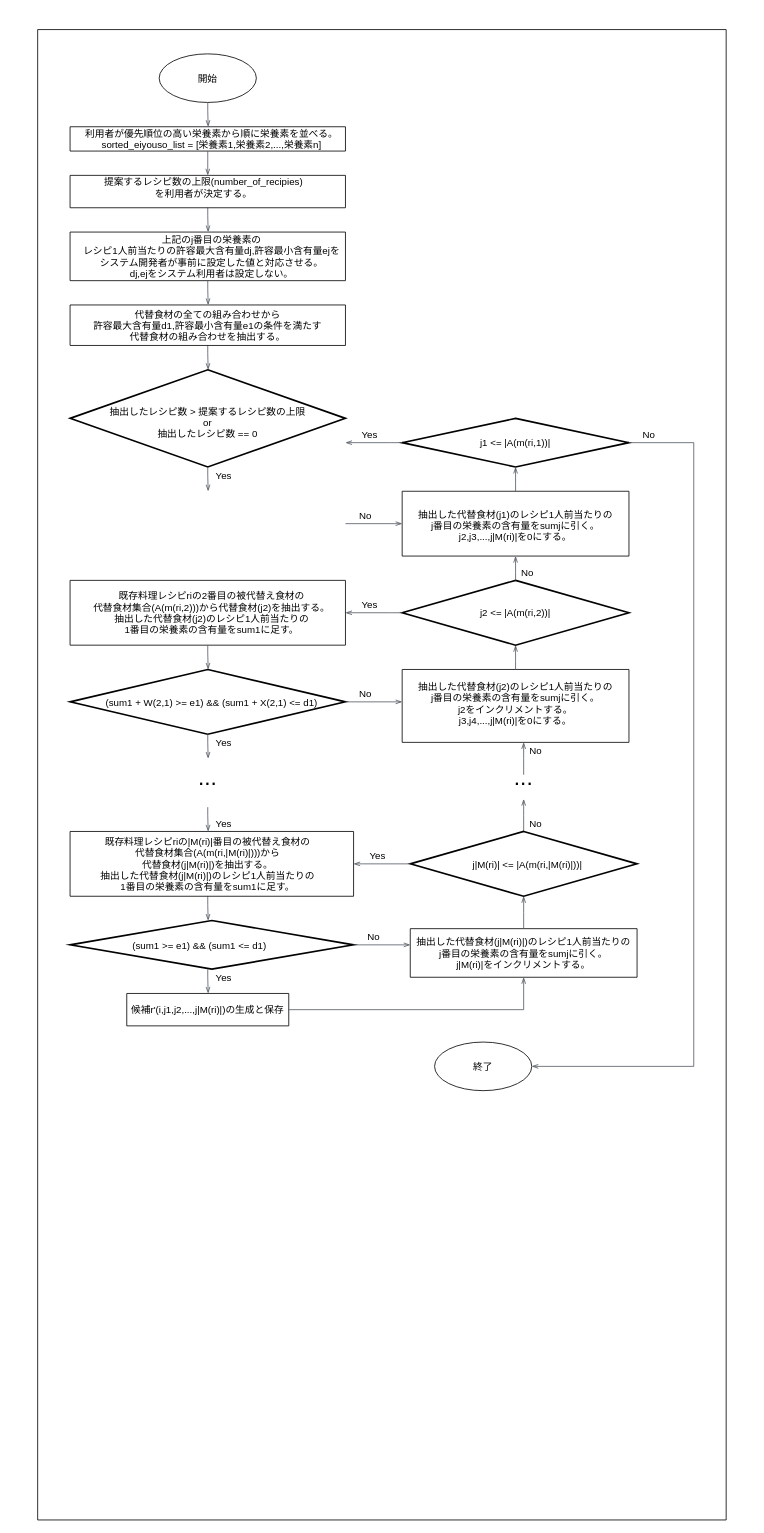
This is 変更後のフロー図.drawio from jokertennis/github-flow-practice, a draw.io file, before an edit. Source tidied: cells renumbered, new cells numbered last; positions are measured from the earlier drawing's top-left corner, leaving out a move shared by most shapes. Both pictures are drawn from the tidied source at 81%, with x=0, y=0 at pixel (37, 29).
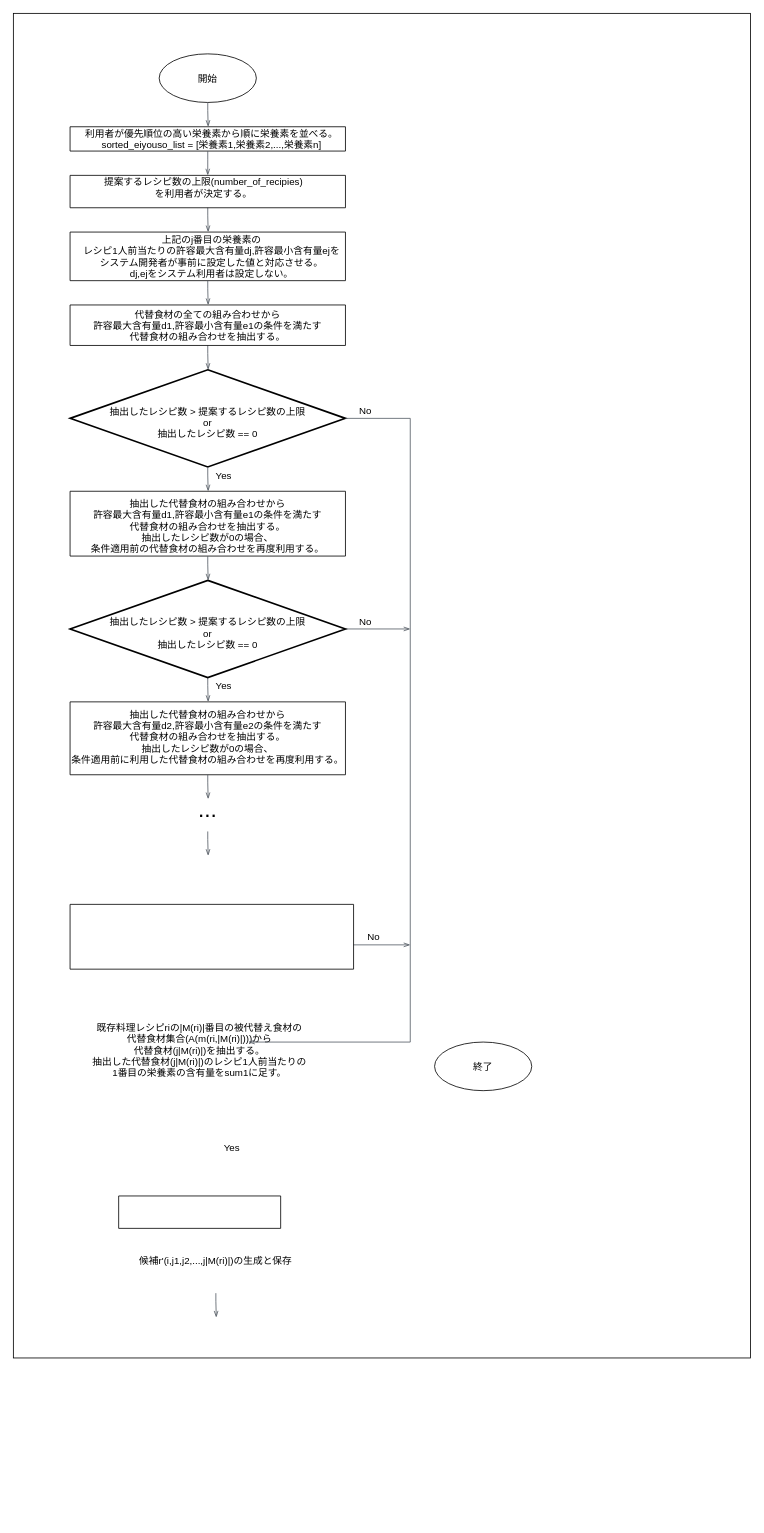
The same diagram, later.

Commit message (it also covers changes not shown here):
Update 変更後のフロー図.drawio

Change to the diagram source:
```diff
@@
-    <mxCell id="2" style="verticalLabelPosition=bottom;verticalAlign=top;html=1;shape=mxgraph.basic.rect;fillColor2=none;strokeWidth=1;size=20;indent=5;" parent="1" vertex="1">
-      <mxGeometry width="850" height="1840" as="geometry" />
-    </mxCell>
+    <mxCell id="80" style="rounded=0;whiteSpace=wrap;html=1;" parent="1" vertex="1">
+      <mxGeometry x="-30" y="-20" width="910" height="1660" as="geometry" />
+    </mxCell>
@@
     <mxCell id="13" style="verticalLabelPosition=bottom;verticalAlign=top;html=1;shape=mxgraph.basic.rect;fillColor2=none;strokeWidth=1;size=20;indent=5;rounded=0;labelBackgroundColor=#ffffff;sketch=0;fillColor=none;labelBorderColor=none;" parent="1" vertex="1">
-      <mxGeometry x="40" y="680" width="340" height="80" as="geometry" />
+      <mxGeometry x="40" y="570" width="340" height="80" as="geometry" />
     </mxCell>
-    <mxCell id="14" value="既存料理レシピriの2番目の被代替え食材の&#10;代替食材集合(A(m(ri,2)))から代替食材(j2)を抽出する。&#10;抽出した代替食材(j2)のレシピ1人前当たりの&#10;1番目の栄養素の含有量をsum1に足す。" style="text;align=center;verticalAlign=middle;" parent="1" vertex="1">
-      <mxGeometry x="60" y="690" width="310" height="60" as="geometry" />
+    <mxCell id="14" value="抽出した代替食材の組み合わせから&#10;許容最大含有量d1,許容最小含有量e1の条件を満たす&#10;代替食材の組み合わせを抽出する。&#10;抽出したレシピ数が0の場合、&#10;条件適用前の代替食材の組み合わせを再度利用する。&#10;" style="text;align=center;verticalAlign=middle;" parent="1" vertex="1">
+      <mxGeometry x="60" y="580" width="300" height="80" as="geometry" />
     </mxCell>
     <mxCell id="15" style="edgeStyle=orthogonalEdgeStyle;html=1;endArrow=openThin;elbow=vertical;startArrow=none;endFill=0;strokeColor=#545B64;rounded=0;" parent="1" edge="1">
       <mxGeometry relative="1" as="geometry">
-        <mxPoint x="210" y="760" as="sourcePoint" />
-        <mxPoint x="210.5" y="790" as="targetPoint" />
+        <mxPoint x="210" y="650" as="sourcePoint" />
+        <mxPoint x="210.5" y="680" as="targetPoint" />
         <Array as="points">
-          <mxPoint x="210" y="770" />
-          <mxPoint x="210" y="770" />
+          <mxPoint x="210" y="660" />
+          <mxPoint x="210" y="660" />
         </Array>
       </mxGeometry>
     </mxCell>
-    <mxCell id="16" value="(sum1 + W(2,1) &gt;= e1) &amp;&amp; (sum1 + X(2,1) &lt;= d1)" style="text;align=center;verticalAlign=middle;" parent="1" vertex="1">
-      <mxGeometry x="75" y="820" width="280" height="20" as="geometry" />
-    </mxCell>
-    <mxCell id="17" style="strokeWidth=2;html=1;shape=mxgraph.flowchart.decision;whiteSpace=wrap;rounded=0;labelBackgroundColor=#ffffff;sketch=0;fillColor=none;" parent="1" vertex="1">
-      <mxGeometry x="40" y="790" width="340" height="80" as="geometry" />
-    </mxCell>
-    <mxCell id="18" style="edgeStyle=orthogonalEdgeStyle;html=1;endArrow=openThin;elbow=vertical;startArrow=none;endFill=0;strokeColor=#545B64;rounded=0;" parent="1" edge="1">
-      <mxGeometry relative="1" as="geometry">
-        <mxPoint x="210" y="870" as="sourcePoint" />
-        <mxPoint x="210.5" y="900" as="targetPoint" />
-        <Array as="points">
-          <mxPoint x="210" y="880" />
-          <mxPoint x="210" y="880" />
-        </Array>
-      </mxGeometry>
-    </mxCell>
     <mxCell id="19" value="..." style="text;align=center;verticalAlign=middle;fontSize=28;" parent="1" vertex="1">
-      <mxGeometry x="190" y="900" width="40" height="40" as="geometry" />
+      <mxGeometry x="190" y="940" width="40" height="40" as="geometry" />
     </mxCell>
     <mxCell id="20" style="edgeStyle=orthogonalEdgeStyle;html=1;endArrow=openThin;elbow=vertical;startArrow=none;endFill=0;strokeColor=#545B64;rounded=0;" parent="1" edge="1">
       <mxGeometry relative="1" as="geometry">
-        <mxPoint x="210" y="960" as="sourcePoint" />
-        <mxPoint x="210.5" y="990" as="targetPoint" />
+        <mxPoint x="210" y="800" as="sourcePoint" />
+        <mxPoint x="210.5" y="830" as="targetPoint" />
         <Array as="points">
-          <mxPoint x="210" y="970" />
-          <mxPoint x="210" y="970" />
+          <mxPoint x="210" y="810" />
+          <mxPoint x="210" y="810" />
         </Array>
       </mxGeometry>
     </mxCell>
     <mxCell id="21" value="既存料理レシピriの|M(ri)|番目の被代替え食材の&#10;代替食材集合(A(m(ri,|M(ri)|)))から&#10;代替食材(j|M(ri)|)を抽出する。&#10;抽出した代替食材(j|M(ri)|)のレシピ1人前当たりの&#10;1番目の栄養素の含有量をsum1に足す。" style="text;align=center;verticalAlign=middle;" parent="1" vertex="1">
-      <mxGeometry x="70" y="990" width="280" height="80" as="geometry" />
+      <mxGeometry x="60" y="1220" width="280" height="80" as="geometry" />
     </mxCell>
-    <mxCell id="22" style="verticalLabelPosition=bottom;verticalAlign=top;html=1;shape=mxgraph.basic.rect;fillColor2=none;strokeWidth=1;size=20;indent=5;rounded=0;labelBackgroundColor=#ffffff;sketch=0;fillColor=none;labelBorderColor=none;" parent="1" vertex="1">
-      <mxGeometry x="460" y="1110" width="280" height="60" as="geometry" />
-    </mxCell>
     <mxCell id="23" style="edgeStyle=orthogonalEdgeStyle;html=1;endArrow=openThin;elbow=vertical;startArrow=none;endFill=0;strokeColor=#545B64;rounded=0;" parent="1" edge="1">
       <mxGeometry relative="1" as="geometry">
-        <mxPoint x="210" y="1070" as="sourcePoint" />
-        <mxPoint x="210.5" y="1100" as="targetPoint" />
+        <mxPoint x="210" y="990" as="sourcePoint" />
+        <mxPoint x="210.5" y="1020" as="targetPoint" />
         <Array as="points">
-          <mxPoint x="210" y="1080" />
-          <mxPoint x="210" y="1080" />
+          <mxPoint x="210" y="1000" />
+          <mxPoint x="210" y="1000" />
         </Array>
       </mxGeometry>
     </mxCell>
-    <mxCell id="24" style="strokeWidth=2;html=1;shape=mxgraph.flowchart.decision;whiteSpace=wrap;rounded=0;labelBackgroundColor=#ffffff;sketch=0;fillColor=none;" parent="1" vertex="1">
-      <mxGeometry x="40" y="1100" width="350" height="60" as="geometry" />
-    </mxCell>
-    <mxCell id="25" value="(sum1 &gt;= e1) &amp;&amp; (sum1 &lt;= d1)" style="text;align=center;verticalAlign=middle;" parent="1" vertex="1">
-      <mxGeometry x="110" y="1120" width="180" height="20" as="geometry" />
-    </mxCell>
     <mxCell id="26" value="候補r'(i,j1,j2,...,j|M(ri)|)の生成と保存" style="text;align=center;verticalAlign=middle;fontSize=12;" parent="1" vertex="1">
-      <mxGeometry x="110" y="1200" width="200" height="20" as="geometry" />
+      <mxGeometry x="120" y="1510" width="200" height="20" as="geometry" />
     </mxCell>
     <mxCell id="27" style="verticalLabelPosition=bottom;verticalAlign=top;html=1;shape=mxgraph.basic.rect;fillColor2=none;strokeWidth=1;size=20;indent=5;rounded=0;labelBackgroundColor=#ffffff;sketch=0;fillColor=none;labelBorderColor=none;" parent="1" vertex="1">
-      <mxGeometry x="110" y="1190" width="200" height="40" as="geometry" />
+      <mxGeometry x="100" y="1440" width="200" height="40" as="geometry" />
     </mxCell>
     <mxCell id="28" style="edgeStyle=orthogonalEdgeStyle;html=1;endArrow=openThin;elbow=vertical;startArrow=none;endFill=0;strokeColor=#545B64;rounded=0;" parent="1" edge="1">
       <mxGeometry relative="1" as="geometry">
-        <mxPoint x="210" y="1160" as="sourcePoint" />
-        <mxPoint x="210.5" y="1190" as="targetPoint" />
+        <mxPoint x="220" y="1560" as="sourcePoint" />
+        <mxPoint x="220.5" y="1590" as="targetPoint" />
         <Array as="points">
-          <mxPoint x="210" y="1170" />
-          <mxPoint x="210" y="1170" />
+          <mxPoint x="220" y="1570" />
+          <mxPoint x="220" y="1570" />
         </Array>
       </mxGeometry>
     </mxCell>
@@
-    <mxCell id="30" value="&#10;抽出した代替食材(j|M(ri)|)のレシピ1人前当たりの&#10;j番目の栄養素の含有量をsumjに引く。&#10;j|M(ri)|をインクリメントする。&#10;" style="text;align=center;verticalAlign=middle;" parent="1" vertex="1">
-      <mxGeometry x="460" y="1110" width="280" height="60" as="geometry" />
-    </mxCell>
-    <mxCell id="31" style="edgeStyle=orthogonalEdgeStyle;html=1;endArrow=openThin;elbow=vertical;startArrow=none;endFill=0;strokeColor=#545B64;rounded=0;" parent="1" edge="1">
-      <mxGeometry relative="1" as="geometry">
-        <mxPoint x="310" y="1210" as="sourcePoint" />
-        <mxPoint x="600" y="1170" as="targetPoint" />
-        <Array as="points">
-          <mxPoint x="600" y="1210" />
-          <mxPoint x="600" y="1170" />
-        </Array>
-      </mxGeometry>
-    </mxCell>
     <mxCell id="32" style="verticalLabelPosition=bottom;verticalAlign=top;html=1;shape=mxgraph.basic.rect;fillColor2=none;strokeWidth=1;size=20;indent=5;rounded=0;labelBackgroundColor=#ffffff;sketch=0;fillColor=none;labelBorderColor=none;" parent="1" vertex="1">
-      <mxGeometry x="40" y="990" width="350" height="80" as="geometry" />
+      <mxGeometry x="40" y="1080" width="350" height="80" as="geometry" />
     </mxCell>
-    <mxCell id="33" style="edgeStyle=orthogonalEdgeStyle;html=1;endArrow=openThin;elbow=vertical;startArrow=none;endFill=0;strokeColor=#545B64;rounded=0;" parent="1" edge="1">
-      <mxGeometry relative="1" as="geometry">
-        <mxPoint x="380" y="830" as="sourcePoint" />
-        <mxPoint x="450" y="830" as="targetPoint" />
-        <Array as="points">
-          <mxPoint x="380" y="830" />
-          <mxPoint x="380" y="830" />
-        </Array>
-      </mxGeometry>
-    </mxCell>
-    <mxCell id="34" style="verticalLabelPosition=bottom;verticalAlign=top;html=1;shape=mxgraph.basic.rect;fillColor2=none;strokeWidth=1;size=20;indent=5;rounded=0;labelBackgroundColor=#ffffff;sketch=0;fillColor=none;labelBorderColor=none;" parent="1" vertex="1">
-      <mxGeometry x="450" y="790" width="280" height="90" as="geometry" />
-    </mxCell>
-    <mxCell id="35" value="&#10;抽出した代替食材(j2)のレシピ1人前当たりの&#10;j番目の栄養素の含有量をsumjに引く。&#10;j2をインクリメントする。&#10;j3,j4,...,j|M(ri)|を0にする。" style="text;align=center;verticalAlign=middle;" parent="1" vertex="1">
-      <mxGeometry x="460" y="785" width="260" height="80" as="geometry" />
-    </mxCell>
-    <mxCell id="36" style="edgeStyle=orthogonalEdgeStyle;html=1;endArrow=openThin;elbow=vertical;startArrow=none;endFill=0;strokeColor=#545B64;rounded=0;" parent="1" edge="1">
-      <mxGeometry relative="1" as="geometry">
-        <mxPoint x="590" y="790" as="sourcePoint" />
-        <mxPoint x="590" y="760" as="targetPoint" />
-        <Array as="points">
-          <mxPoint x="590" y="780" />
-        </Array>
-      </mxGeometry>
-    </mxCell>
     <mxCell id="37" style="edgeStyle=orthogonalEdgeStyle;html=1;endArrow=openThin;elbow=vertical;startArrow=none;endFill=0;strokeColor=#545B64;rounded=0;" parent="1" edge="1">
       <mxGeometry relative="1" as="geometry">
-        <mxPoint x="380" y="610" as="sourcePoint" />
-        <mxPoint x="450" y="610" as="targetPoint" />
+        <mxPoint x="380" y="740" as="sourcePoint" />
+        <mxPoint x="460" y="740" as="targetPoint" />
         <Array as="points">
-          <mxPoint x="380" y="610" />
-          <mxPoint x="380" y="610" />
+          <mxPoint x="380" y="740" />
+          <mxPoint x="380" y="740" />
         </Array>
       </mxGeometry>
     </mxCell>
-    <mxCell id="38" style="verticalLabelPosition=bottom;verticalAlign=top;html=1;shape=mxgraph.basic.rect;fillColor2=none;strokeWidth=1;size=20;indent=5;rounded=0;labelBackgroundColor=#ffffff;sketch=0;fillColor=none;labelBorderColor=none;" parent="1" vertex="1">
-      <mxGeometry x="450" y="570" width="280" height="80" as="geometry" />
-    </mxCell>
-    <mxCell id="39" value="&#10;抽出した代替食材(j1)のレシピ1人前当たりの&#10;j番目の栄養素の含有量をsumjに引く。&#10;j2,j3,...,j|M(ri)|を0にする。" style="text;align=center;verticalAlign=middle;" parent="1" vertex="1">
-      <mxGeometry x="460" y="575" width="260" height="60" as="geometry" />
-    </mxCell>
@@
     <mxCell id="41" value="No" style="text;align=center;verticalAlign=middle;fontSize=12;" parent="1" vertex="1">
-      <mxGeometry x="390" y="590" width="30" height="20" as="geometry" />
+      <mxGeometry x="390" y="720" width="30" height="20" as="geometry" />
     </mxCell>
-    <mxCell id="42" value="No" style="text;align=center;verticalAlign=middle;fontSize=12;" parent="1" vertex="1">
-      <mxGeometry x="390" y="810" width="30" height="20" as="geometry" />
-    </mxCell>
-    <mxCell id="43" value="Yes" style="text;align=center;verticalAlign=middle;fontSize=12;" parent="1" vertex="1">
-      <mxGeometry x="210" y="870" width="40" height="20" as="geometry" />
-    </mxCell>
     <mxCell id="44" value="Yes" style="text;align=center;verticalAlign=middle;fontSize=12;" parent="1" vertex="1">
-      <mxGeometry x="210" y="1160" width="40" height="20" as="geometry" />
+      <mxGeometry x="220" y="1370" width="40" height="20" as="geometry" />
     </mxCell>
@@
-    <mxCell id="46" style="strokeWidth=2;html=1;shape=mxgraph.flowchart.decision;whiteSpace=wrap;rounded=0;labelBackgroundColor=#ffffff;sketch=0;fillColor=none;" parent="1" vertex="1">
-      <mxGeometry x="450" y="480" width="280" height="60" as="geometry" />
-    </mxCell>
-    <mxCell id="47" value="..." style="text;align=center;verticalAlign=middle;fontSize=28;" parent="1" vertex="1">
-      <mxGeometry x="580" y="900" width="40" height="40" as="geometry" />
-    </mxCell>
-    <mxCell id="48" style="edgeStyle=orthogonalEdgeStyle;html=1;endArrow=openThin;elbow=vertical;startArrow=none;endFill=0;strokeColor=#545B64;rounded=0;" parent="1" edge="1">
-      <mxGeometry relative="1" as="geometry">
-        <mxPoint x="600" y="920" as="sourcePoint" />
-        <mxPoint x="600" y="880" as="targetPoint" />
-        <Array as="points">
-          <mxPoint x="600" y="900" />
-        </Array>
-      </mxGeometry>
-    </mxCell>
-    <mxCell id="49" style="edgeStyle=orthogonalEdgeStyle;html=1;endArrow=openThin;elbow=vertical;startArrow=none;endFill=0;strokeColor=#545B64;rounded=0;" parent="1" edge="1">
-      <mxGeometry relative="1" as="geometry">
-        <mxPoint x="590" y="570" as="sourcePoint" />
-        <mxPoint x="590" y="540" as="targetPoint" />
-        <Array as="points">
-          <mxPoint x="590" y="560" />
-        </Array>
-      </mxGeometry>
-    </mxCell>
-    <mxCell id="50" style="edgeStyle=orthogonalEdgeStyle;html=1;endArrow=openThin;elbow=vertical;startArrow=none;endFill=0;strokeColor=#545B64;rounded=0;" parent="1" edge="1">
-      <mxGeometry relative="1" as="geometry">
-        <mxPoint x="450" y="510" as="sourcePoint" />
-        <mxPoint x="380" y="510" as="targetPoint" />
-        <Array as="points">
-          <mxPoint x="436" y="510" />
-          <mxPoint x="436" y="510" />
-        </Array>
-      </mxGeometry>
-    </mxCell>
-    <mxCell id="51" value="Yes" style="text;align=center;verticalAlign=middle;fontSize=12;" parent="1" vertex="1">
-      <mxGeometry x="390" y="490" width="40" height="20" as="geometry" />
-    </mxCell>
-    <mxCell id="52" style="strokeWidth=2;html=1;shape=mxgraph.flowchart.decision;whiteSpace=wrap;rounded=0;labelBackgroundColor=#ffffff;sketch=0;fillColor=none;" parent="1" vertex="1">
-      <mxGeometry x="450" y="680" width="280" height="80" as="geometry" />
-    </mxCell>
-    <mxCell id="53" style="edgeStyle=orthogonalEdgeStyle;html=1;endArrow=openThin;elbow=vertical;startArrow=none;endFill=0;strokeColor=#545B64;rounded=0;" parent="1" edge="1">
-      <mxGeometry relative="1" as="geometry">
-        <mxPoint x="590" y="680" as="sourcePoint" />
-        <mxPoint x="590" y="650" as="targetPoint" />
-        <Array as="points">
-          <mxPoint x="590" y="670" />
-        </Array>
-      </mxGeometry>
-    </mxCell>
-    <mxCell id="54" value="Yes" style="text;align=center;verticalAlign=middle;fontSize=12;" parent="1" vertex="1">
-      <mxGeometry x="390" y="700" width="40" height="20" as="geometry" />
-    </mxCell>
-    <mxCell id="55" style="edgeStyle=orthogonalEdgeStyle;html=1;endArrow=openThin;elbow=vertical;startArrow=none;endFill=0;strokeColor=#545B64;rounded=0;" parent="1" edge="1">
-      <mxGeometry relative="1" as="geometry">
-        <mxPoint x="450" y="720" as="sourcePoint" />
-        <mxPoint x="380" y="720" as="targetPoint" />
-        <Array as="points">
-          <mxPoint x="436" y="720" />
-          <mxPoint x="436" y="720" />
-        </Array>
-      </mxGeometry>
-    </mxCell>
-    <mxCell id="56" style="edgeStyle=orthogonalEdgeStyle;html=1;endArrow=openThin;elbow=vertical;startArrow=none;endFill=0;strokeColor=#545B64;rounded=0;" parent="1" edge="1">
-      <mxGeometry relative="1" as="geometry">
-        <mxPoint x="600" y="990" as="sourcePoint" />
-        <mxPoint x="600" y="950" as="targetPoint" />
-        <Array as="points">
-          <mxPoint x="600" y="970" />
-        </Array>
-      </mxGeometry>
-    </mxCell>
-    <mxCell id="57" style="strokeWidth=2;html=1;shape=mxgraph.flowchart.decision;whiteSpace=wrap;rounded=0;labelBackgroundColor=#ffffff;sketch=0;fillColor=none;" parent="1" vertex="1">
-      <mxGeometry x="460" y="990" width="280" height="80" as="geometry" />
-    </mxCell>
-    <mxCell id="58" style="edgeStyle=orthogonalEdgeStyle;html=1;endArrow=openThin;elbow=vertical;startArrow=none;endFill=0;strokeColor=#545B64;rounded=0;" parent="1" edge="1">
-      <mxGeometry relative="1" as="geometry">
-        <mxPoint x="460" y="1030" as="sourcePoint" />
-        <mxPoint x="390" y="1030" as="targetPoint" />
-        <Array as="points">
-          <mxPoint x="446" y="1030" />
-          <mxPoint x="446" y="1030" />
-        </Array>
-      </mxGeometry>
-    </mxCell>
-    <mxCell id="59" value="Yes" style="text;align=center;verticalAlign=middle;fontSize=12;" parent="1" vertex="1">
-      <mxGeometry x="400" y="1010" width="40" height="20" as="geometry" />
-    </mxCell>
-    <mxCell id="60" style="edgeStyle=orthogonalEdgeStyle;html=1;endArrow=openThin;elbow=vertical;startArrow=none;endFill=0;strokeColor=#545B64;rounded=0;" parent="1" edge="1">
-      <mxGeometry relative="1" as="geometry">
-        <mxPoint x="600" y="1110" as="sourcePoint" />
-        <mxPoint x="600" y="1070" as="targetPoint" />
-        <Array as="points">
-          <mxPoint x="600" y="1090" />
-        </Array>
-      </mxGeometry>
-    </mxCell>
-    <mxCell id="61" value="j|M(ri)| &lt;= |A(m(ri,|M(ri)|))|" style="text;align=center;verticalAlign=middle;fontSize=12;" parent="1" vertex="1">
-      <mxGeometry x="530" y="1020" width="150" height="20" as="geometry" />
-    </mxCell>
-    <mxCell id="62" value="j2 &lt;= |A(m(ri,2))|" style="text;align=center;verticalAlign=middle;fontSize=12;" parent="1" vertex="1">
-      <mxGeometry x="540" y="710" width="100" height="20" as="geometry" />
-    </mxCell>
-    <mxCell id="63" value="j1 &lt;= |A(m(ri,1))|" style="text;align=center;verticalAlign=middle;fontSize=12;" parent="1" vertex="1">
-      <mxGeometry x="540" y="500" width="100" height="20" as="geometry" />
-    </mxCell>
     <mxCell id="64" style="edgeStyle=orthogonalEdgeStyle;html=1;endArrow=openThin;elbow=vertical;startArrow=none;endFill=0;strokeColor=#545B64;rounded=0;" parent="1" edge="1">
       <mxGeometry relative="1" as="geometry">
-        <mxPoint x="730" y="510" as="sourcePoint" />
-        <mxPoint x="610" y="1280" as="targetPoint" />
+        <mxPoint x="380" y="480" as="sourcePoint" />
+        <mxPoint x="260" y="1250" as="targetPoint" />
         <Array as="points">
-          <mxPoint x="810" y="510" />
+          <mxPoint x="460" y="480" />
         </Array>
       </mxGeometry>
     </mxCell>
@@
-    <mxCell id="67" value="No" style="text;align=center;verticalAlign=middle;fontSize=12;" parent="1" vertex="1">
-      <mxGeometry x="600" y="970" width="30" height="20" as="geometry" />
-    </mxCell>
-    <mxCell id="68" value="No" style="text;align=center;verticalAlign=middle;fontSize=12;" parent="1" vertex="1">
-      <mxGeometry x="590" y="660" width="30" height="20" as="geometry" />
-    </mxCell>
-    <mxCell id="69" value="No" style="text;align=center;verticalAlign=middle;fontSize=12;" parent="1" vertex="1">
-      <mxGeometry x="600" y="880" width="30" height="20" as="geometry" />
-    </mxCell>
     <mxCell id="70" value="Yes" style="text;align=center;verticalAlign=middle;fontSize=12;" parent="1" vertex="1">
-      <mxGeometry x="210" y="970" width="40" height="20" as="geometry" />
+      <mxGeometry x="210" y="800" width="40" height="20" as="geometry" />
     </mxCell>
     <mxCell id="71" value="No" style="text;align=center;verticalAlign=middle;fontSize=12;" parent="1" vertex="1">
-      <mxGeometry x="740" y="490" width="30" height="20" as="geometry" />
+      <mxGeometry x="390" y="460" width="30" height="20" as="geometry" />
     </mxCell>
@@
+    <mxCell id="81" style="strokeWidth=2;html=1;shape=mxgraph.flowchart.decision;whiteSpace=wrap;rounded=0;labelBackgroundColor=#ffffff;sketch=0;fillColor=none;" parent="1" vertex="1">
+      <mxGeometry x="40" y="680" width="340" height="120" as="geometry" />
+    </mxCell>
+    <mxCell id="82" value="抽出したレシピ数 &gt; 提案するレシピ数の上限&#10;or&#10;抽出したレシピ数 == 0" style="text;align=center;verticalAlign=middle;" parent="1" vertex="1">
+      <mxGeometry x="80" y="720" width="260" height="50" as="geometry" />
+    </mxCell>
+    <mxCell id="83" value="抽出した代替食材の組み合わせから&#10;許容最大含有量d2,許容最小含有量e2の条件を満たす&#10;代替食材の組み合わせを抽出する。&#10;抽出したレシピ数が0の場合、&#10;条件適用前に利用した代替食材の組み合わせを再度利用する。&#10;" style="text;align=center;verticalAlign=middle;" parent="1" vertex="1">
+      <mxGeometry x="35" y="840" width="350" height="80" as="geometry" />
+    </mxCell>
+    <mxCell id="84" style="verticalLabelPosition=bottom;verticalAlign=top;html=1;shape=mxgraph.basic.rect;fillColor2=none;strokeWidth=1;size=20;indent=5;rounded=0;labelBackgroundColor=#ffffff;sketch=0;fillColor=none;labelBorderColor=none;" parent="1" vertex="1">
+      <mxGeometry x="40" y="830" width="340" height="90" as="geometry" />
+    </mxCell>
+    <mxCell id="85" style="edgeStyle=orthogonalEdgeStyle;html=1;endArrow=openThin;elbow=vertical;startArrow=none;endFill=0;strokeColor=#545B64;rounded=0;" parent="1" edge="1">
+      <mxGeometry relative="1" as="geometry">
+        <mxPoint x="210" y="920" as="sourcePoint" />
+        <mxPoint x="210.5" y="950" as="targetPoint" />
+        <Array as="points">
+          <mxPoint x="210" y="930" />
+          <mxPoint x="210" y="930" />
+        </Array>
+      </mxGeometry>
+    </mxCell>
```
